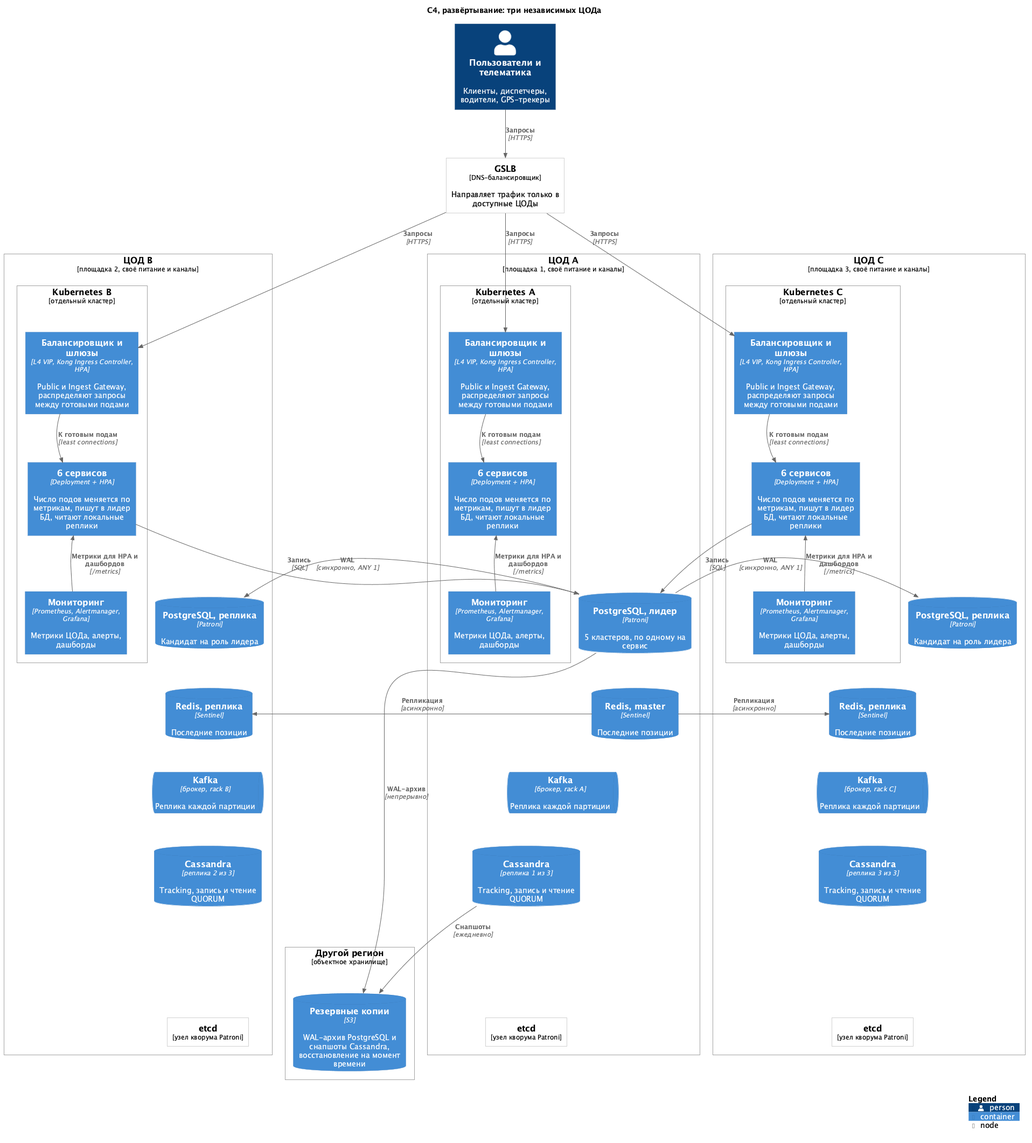
This is 1_lab/diagrams/c4-deployment.png from Yagiar/MicroservicesItmo, a PlantUML export, as it was before one commit.
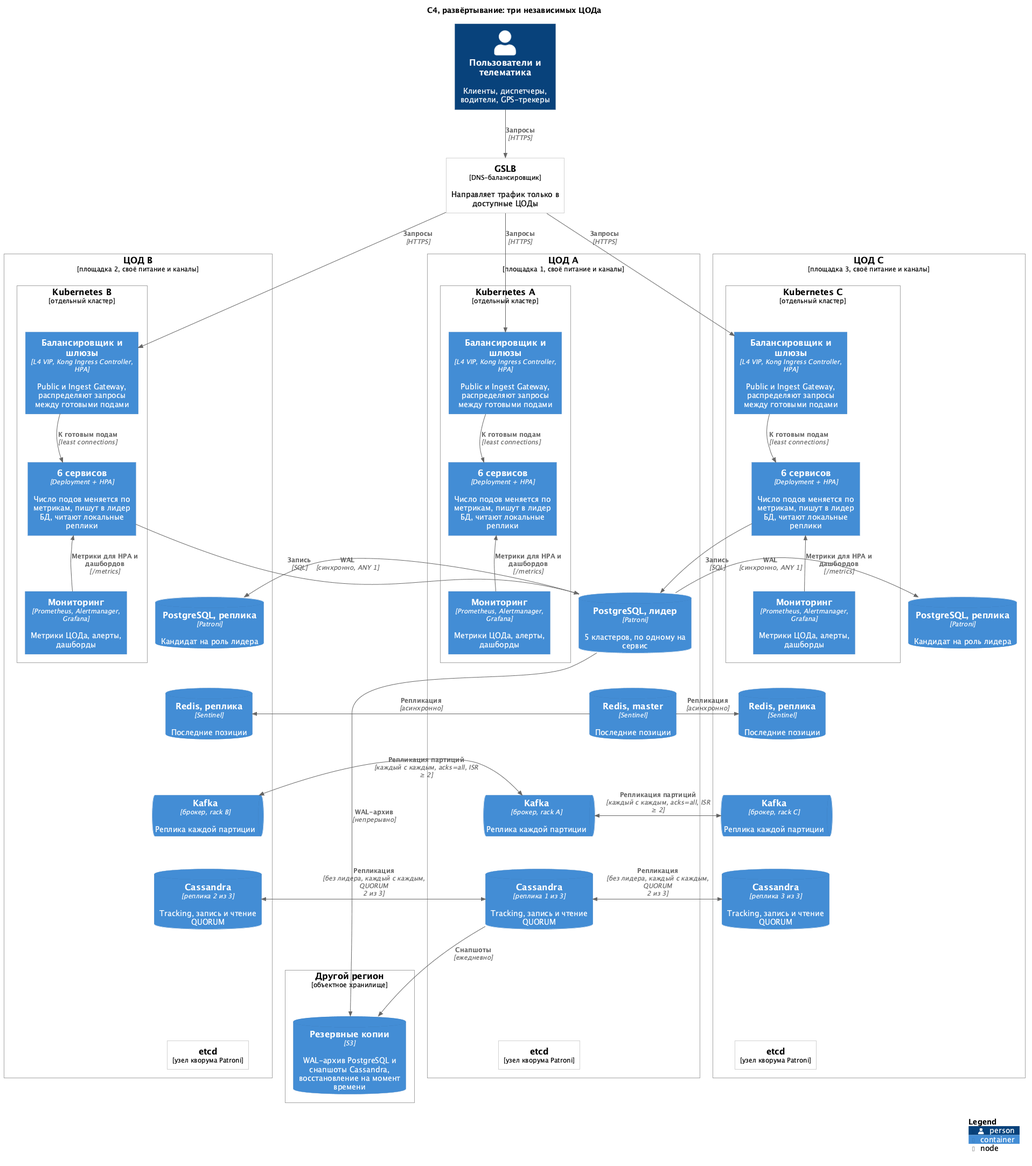
Above is the later version.

Commit message:
docs: доработка деплоймент

Change to the diagram source:
```diff
@@ -67,6 +67,10 @@
 Rel_R(pg_a, pg_c, "WAL", "синхронно, ANY 1")
 Rel_L(redis_a, redis_b, "Репликация", "асинхронно")
 Rel_R(redis_a, redis_c, "Репликация", "асинхронно")
+BiRel_L(cass_a, cass_b, "Репликация", "без лидера, каждый с каждым, QUORUM 2 из 3")
+BiRel_R(cass_a, cass_c, "Репликация", "без лидера, каждый с каждым, QUORUM 2 из 3")
+BiRel_L(kafka_a, kafka_b, "Репликация партиций", "каждый с каждым, acks=all, ISR ≥ 2")
+BiRel_R(kafka_a, kafka_c, "Репликация партиций", "каждый с каждым, acks=all, ISR ≥ 2")
 
 Rel(pg_a, backup, "WAL-архив", "непрерывно")
 Rel(cass_a, backup, "Снапшоты", "ежедневно")
```
